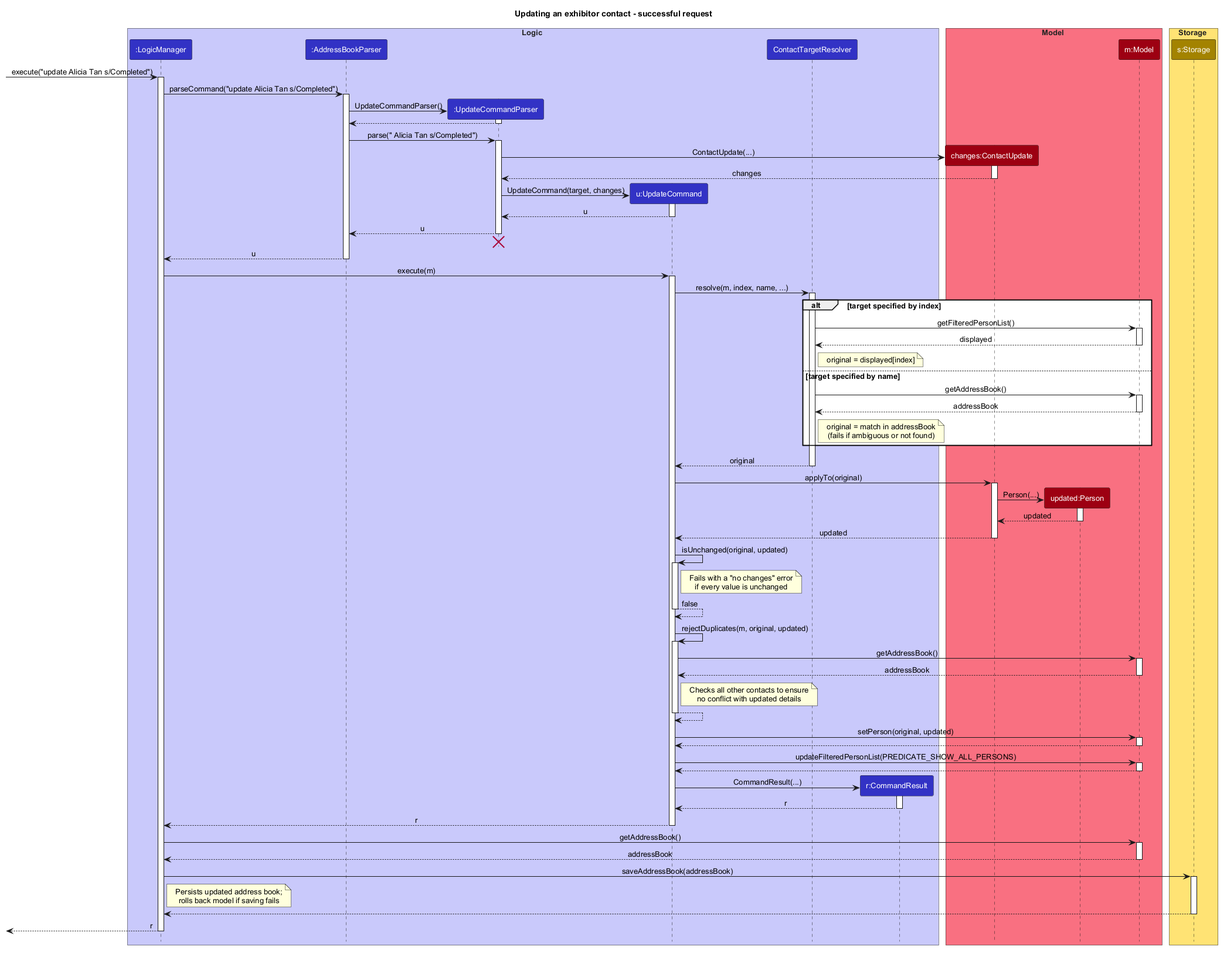
The PlantUML diagram docs/images/UpdateSequenceDiagram.png in AY2627S1-CS2103T-W11-2/tp, before a commit.
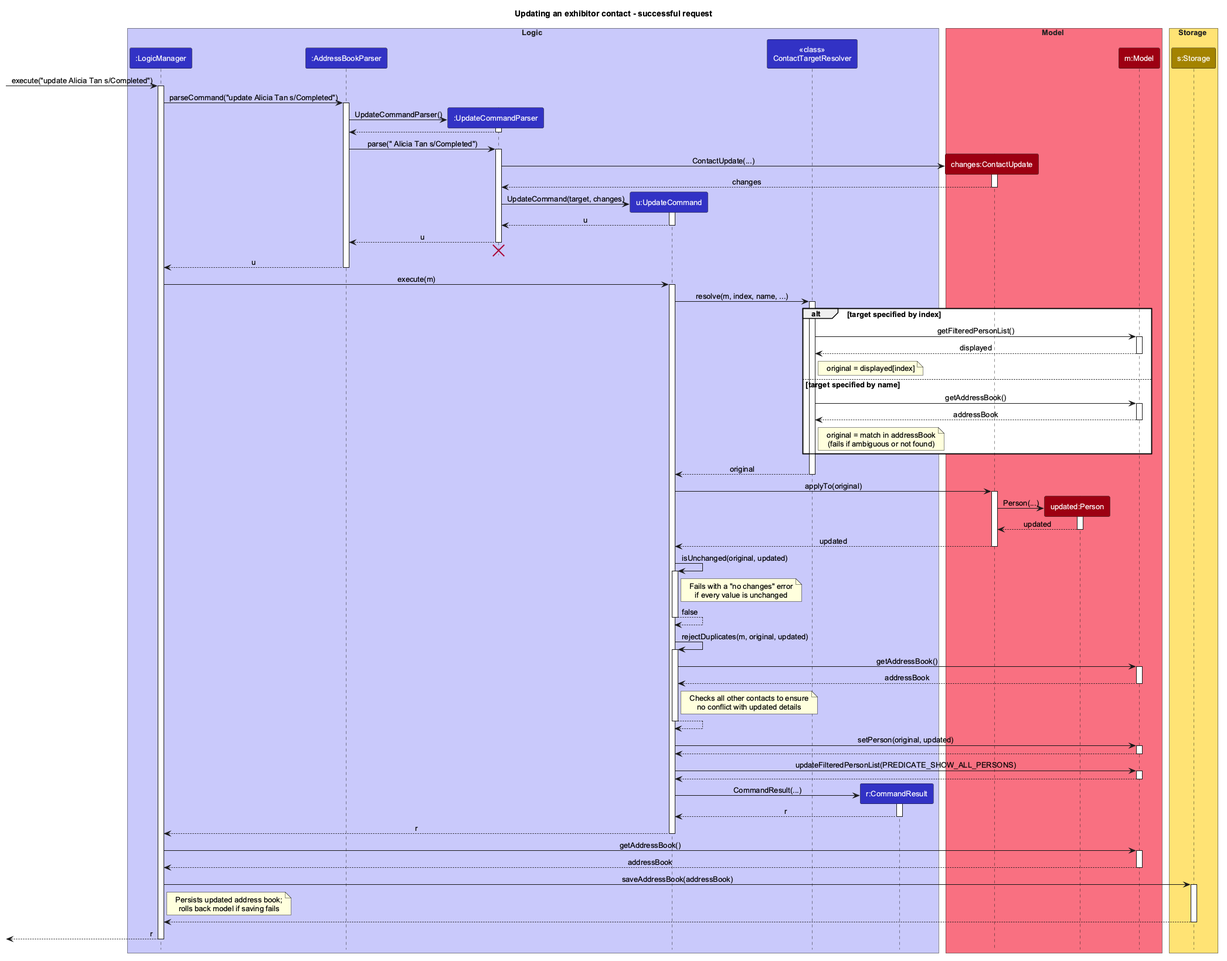
Above is the later version.

Change to the diagram source:
```diff
@@ -12,7 +12,7 @@
 participant ":AddressBookParser" as AddressBookParser LOGIC_COLOR
 participant ":UpdateCommandParser" as UpdateCommandParser LOGIC_COLOR
 participant "u:UpdateCommand" as UpdateCommand LOGIC_COLOR
-participant "ContactTargetResolver" as TargetResolver LOGIC_COLOR
+participant "<<class>>\nContactTargetResolver" as TargetResolver LOGIC_COLOR
 participant "r:CommandResult" as CommandResult LOGIC_COLOR
 end box
 
```
